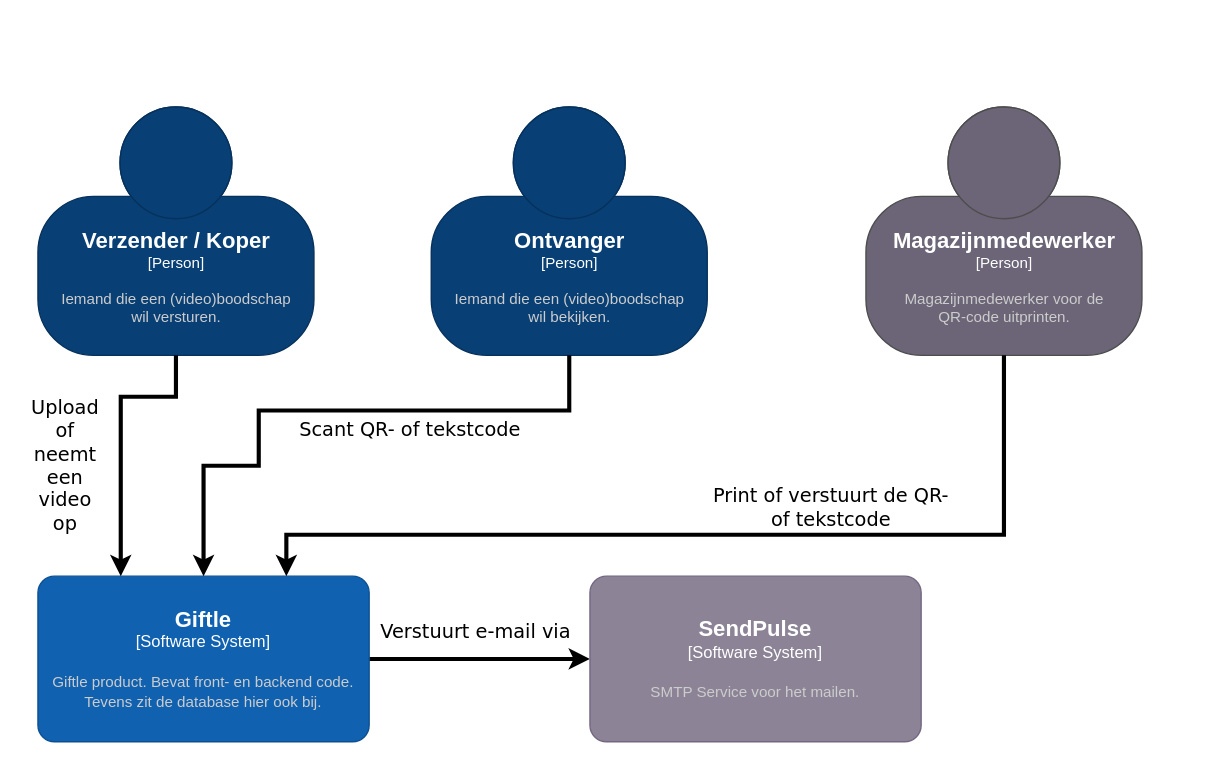
Before: koeskoes/3.Sprint2/Documentatie/Software Guidebook/assets/software_architecture/system_context_diagram.drawio in HANICA-DWA/sep2021-project-koeskoes, a draw.io diagram. Source tidied: cells renumbered, new cells numbered last; positions are measured from the earlier drawing's top-left corner, leaving out a move shared by most shapes. Both pictures are drawn from the tidied source at 138%, with x=0, y=0 at pixel (23, 106).
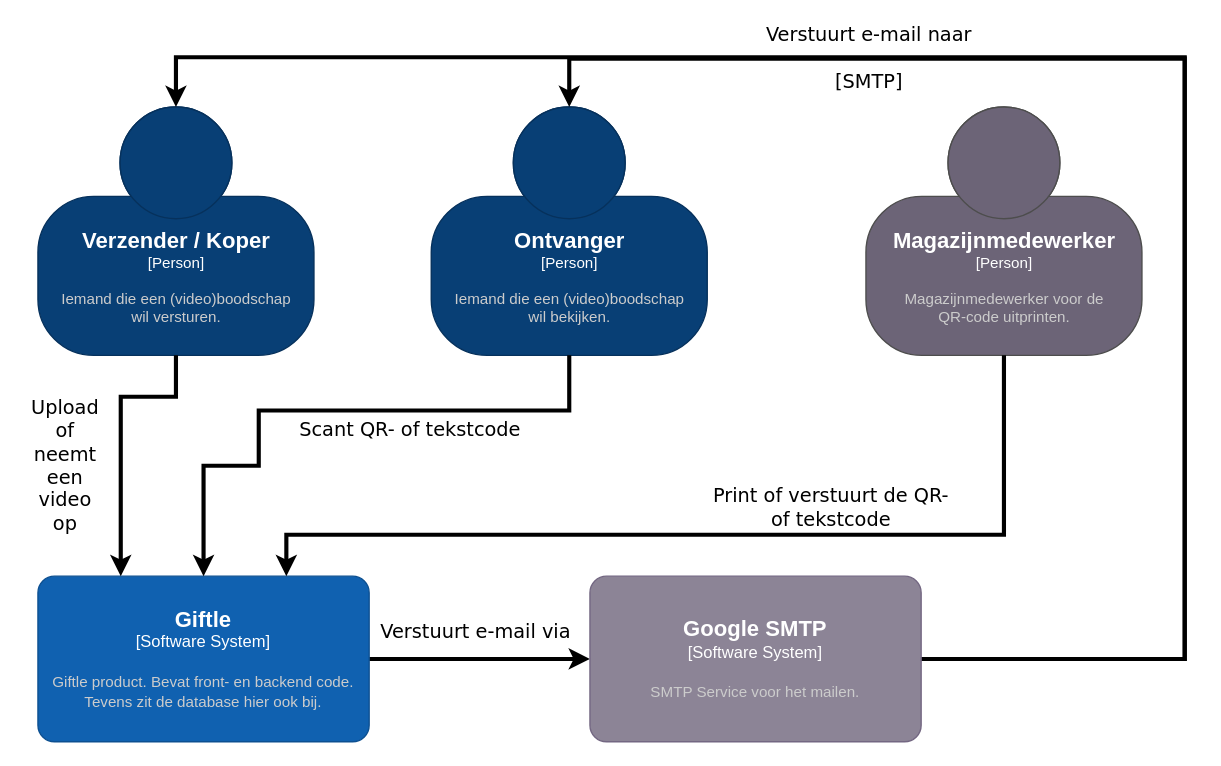
The same diagram, later.

Commit message (it also covers changes not shown here):
Notulen punt 1 gedaan

The change refers to these unchanged cells:
```xml
<object id="2" label="&lt;font style=&quot;font-size: 16px&quot;&gt;&lt;b&gt;%c4Name%&lt;/b&gt;&lt;/font&gt;&lt;div&gt;[%c4Type%]&lt;/div&gt;&lt;br&gt;&lt;div&gt;&lt;font style=&quot;font-size: 11px&quot;&gt;&lt;font color=&quot;#cccccc&quot;&gt;%c4Description%&lt;/font&gt;&lt;/div&gt;" c4Description="Iemand die een (video)boodschap&#10;wil versturen." c4Name="Verzender / Koper" c4Type="Person" placeholders="1">
  <mxCell style="html=1;fontSize=11;dashed=0;whitespace=wrap;fillColor=#083F75;strokeColor=#06315C;fontColor=#ffffff;shape=mxgraph.c4.person2;align=center;points=[[0.5,0,0],[1,0.5,0],[1,0.75,0],[0.75,1,0],[0.5,1,0],[0.25,1,0],[0,0.75,0],[0,0.5,0]];" parent="1" vertex="1">
    <mxGeometry x="10" width="200" height="180" as="geometry" />
  </mxCell>
</object>
<object id="4" label="&lt;font style=&quot;font-size: 16px&quot;&gt;&lt;b&gt;%c4Name%&lt;/b&gt;&lt;/font&gt;&lt;div&gt;[%c4Type%]&lt;/div&gt;&lt;br&gt;&lt;div&gt;&lt;font style=&quot;font-size: 11px&quot;&gt;&lt;font color=&quot;#cccccc&quot;&gt;%c4Description%&lt;/font&gt;&lt;/div&gt;" c4Description="Iemand die een (video)boodschap&#10;wil bekijken." c4Name="Ontvanger" c4Type="Person" placeholders="1">
  <mxCell style="html=1;fontSize=11;dashed=0;whitespace=wrap;fillColor=#083F75;strokeColor=#06315C;fontColor=#ffffff;shape=mxgraph.c4.person2;align=center;points=[[0.5,0,0],[1,0.5,0],[1,0.75,0],[0.75,1,0],[0.5,1,0],[0.25,1,0],[0,0.75,0],[0,0.5,0]];" parent="1" vertex="1">
    <mxGeometry x="295" width="200" height="180" as="geometry" />
  </mxCell>
</object>
```

The edit, as a diff of the source:
```diff
@@
+    <mxCell id="15" style="edgeStyle=orthogonalEdgeStyle;rounded=0;jettySize=auto;html=1;entryX=0.5;entryY=0;entryDx=0;entryDy=0;entryPerimeter=0;strokeWidth=3;" parent="1" edge="1" source="7" target="2">
+      <mxGeometry relative="1" as="geometry">
+        <Array as="points">
+          <mxPoint x="841" y="400" />
+          <mxPoint x="841" y="-36" />
+          <mxPoint x="110" y="-36" />
+        </Array>
+      </mxGeometry>
+    </mxCell>
+    <mxCell id="16" style="edgeStyle=orthogonalEdgeStyle;rounded=0;jettySize=auto;html=1;entryX=0.5;entryY=0;entryDx=0;entryDy=0;entryPerimeter=0;strokeWidth=3;" parent="1" edge="1" source="7" target="4">
+      <mxGeometry relative="1" as="geometry">
+        <Array as="points">
+          <mxPoint x="841" y="400" />
+          <mxPoint x="841" y="-35" />
+          <mxPoint x="395" y="-35" />
+        </Array>
+      </mxGeometry>
+    </mxCell>
-    <object id="7" label="&lt;font style=&quot;font-size: 16px&quot;&gt;&lt;b&gt;%c4Name%&lt;/b&gt;&lt;/font&gt;&lt;div&gt;[%c4Type%]&lt;/div&gt;&lt;br&gt;&lt;div&gt;&lt;font style=&quot;font-size: 11px&quot;&gt;&lt;font color=&quot;#cccccc&quot;&gt;%c4Description%&lt;/font&gt;&lt;/div&gt;" c4Description="SMTP Service voor het mailen." c4Name="SendPulse" c4Type="Software System" placeholders="1">
+    <object id="7" label="&lt;font style=&quot;font-size: 16px&quot;&gt;&lt;b&gt;%c4Name%&lt;/b&gt;&lt;/font&gt;&lt;div&gt;[%c4Type%]&lt;/div&gt;&lt;br&gt;&lt;div&gt;&lt;font style=&quot;font-size: 11px&quot;&gt;&lt;font color=&quot;#cccccc&quot;&gt;%c4Description%&lt;/font&gt;&lt;/div&gt;" c4Description="SMTP Service voor het mailen." c4Name="Google SMTP" c4Type="Software System" placeholders="1">
       <mxCell style="rounded=1;whiteSpace=wrap;html=1;labelBackgroundColor=none;fillColor=#8C8496;fontColor=#ffffff;align=center;arcSize=10;strokeColor=#736782;points=[[0.25,0,0],[0.5,0,0],[0.75,0,0],[1,0.25,0],[1,0.5,0],[1,0.75,0],[0.75,1,0],[0.5,1,0],[0.25,1,0],[0,0.75,0],[0,0.5,0],[0,0.25,0]];" parent="1" vertex="1">
         <mxGeometry x="410" y="340" width="240" height="120" as="geometry" />
       </mxCell>
     </object>
@@
+    <mxCell id="17" value="&lt;font style=&quot;font-size: 14px&quot;&gt;Verstuurt e-mail naar&lt;br&gt;&lt;br&gt;[SMTP]&lt;br&gt;&lt;/font&gt;" style="text;html=1;strokeColor=none;fillColor=none;align=center;verticalAlign=middle;whiteSpace=wrap;rounded=0;fontSize=14;fontFamily=Verdana;" parent="1" vertex="1">
+      <mxGeometry x="526" y="-44" width="173" height="17" as="geometry" />
+    </mxCell>
```
